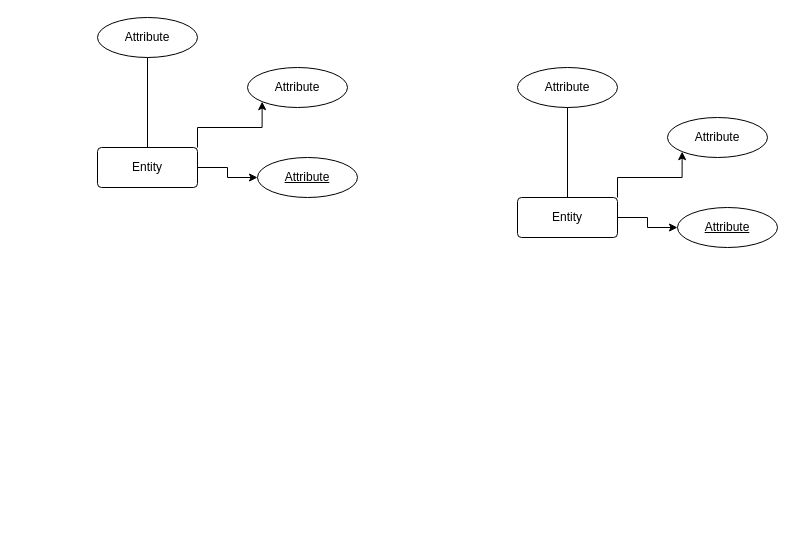
itsfadymate/Customer-Data-Management-System keeps this draw.io diagram as Untitled Diagram.drawio. Above is the earlier version. Source tidied: cells renumbered, new cells numbered last; positions are measured from the earlier drawing's top-left corner, leaving out a move shared by most shapes. Both pictures are drawn from the tidied source at 100%, with x=0, y=0 at pixel (97, 17).
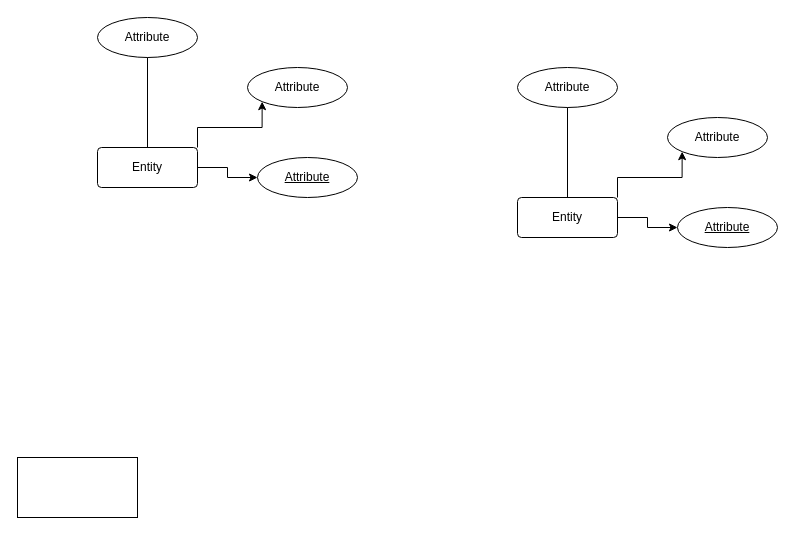
Above is the later version.

What changed in the source:
```diff
@@
 <mxGraphModel>
   <root>
     <mxCell id="0" />
     <mxCell id="1" parent="0" />
     <mxCell id="2" style="edgeStyle=orthogonalEdgeStyle;rounded=0;jettySize=auto;html=1;exitX=1;exitY=0;exitDx=0;exitDy=0;entryX=0;entryY=1;entryDx=0;entryDy=0;" parent="1" edge="1" source="4" target="6">
       <mxGeometry relative="1" as="geometry" />
     </mxCell>
     <mxCell id="3" style="edgeStyle=orthogonalEdgeStyle;rounded=0;jettySize=auto;html=1;" parent="1" edge="1" source="4" target="7">
       <mxGeometry relative="1" as="geometry" />
     </mxCell>
     <mxCell id="4" value="Entity" style="rounded=1;arcSize=10;whiteSpace=wrap;html=1;align=center;" parent="1" vertex="1">
       <mxGeometry x="420" y="180" width="100" height="40" as="geometry" />
     </mxCell>
     <mxCell id="5" value="Attribute" style="ellipse;whiteSpace=wrap;html=1;align=center;" parent="1" vertex="1">
       <mxGeometry x="420" y="50" width="100" height="40" as="geometry" />
     </mxCell>
     <mxCell id="6" value="Attribute" style="ellipse;whiteSpace=wrap;html=1;align=center;" parent="1" vertex="1">
       <mxGeometry x="570" y="100" width="100" height="40" as="geometry" />
     </mxCell>
     <mxCell id="7" value="Attribute" style="ellipse;whiteSpace=wrap;html=1;align=center;fontStyle=4;" parent="1" vertex="1">
       <mxGeometry x="580" y="190" width="100" height="40" as="geometry" />
     </mxCell>
     <mxCell id="8" style="endArrow=none;html=1;rounded=0;exitX=0.5;exitY=0;exitDx=0;exitDy=0;entryX=0.5;entryY=1;entryDx=0;entryDy=0;" parent="1" edge="1" source="4" target="5">
       <mxGeometry relative="1" as="geometry" />
     </mxCell>
+    <mxCell id="16" style="rounded=0;whiteSpace=wrap;html=1;" parent="1" vertex="1">
+      <mxGeometry x="-80" y="440" width="120" height="60" as="geometry" />
+    </mxCell>
     <mxCell id="9" style="edgeStyle=orthogonalEdgeStyle;rounded=0;jettySize=auto;html=1;exitX=1;exitY=0;exitDx=0;exitDy=0;entryX=0;entryY=1;entryDx=0;entryDy=0;" parent="1" edge="1" source="11" target="13">
       <mxGeometry relative="1" as="geometry" />
     </mxCell>
     <mxCell id="10" style="edgeStyle=orthogonalEdgeStyle;rounded=0;jettySize=auto;html=1;" parent="1" edge="1" source="11" target="14">
       <mxGeometry relative="1" as="geometry" />
     </mxCell>
     <mxCell id="11" value="Entity" style="rounded=1;arcSize=10;whiteSpace=wrap;html=1;align=center;" parent="1" vertex="1">
       <mxGeometry y="130" width="100" height="40" as="geometry" />
     </mxCell>
     <mxCell id="12" value="Attribute" style="ellipse;whiteSpace=wrap;html=1;align=center;" parent="1" vertex="1">
       <mxGeometry width="100" height="40" as="geometry" />
     </mxCell>
     <mxCell id="13" value="Attribute" style="ellipse;whiteSpace=wrap;html=1;align=center;" parent="1" vertex="1">
       <mxGeometry x="150" y="50" width="100" height="40" as="geometry" />
     </mxCell>
     <mxCell id="14" value="Attribute" style="ellipse;whiteSpace=wrap;html=1;align=center;fontStyle=4;" parent="1" vertex="1">
       <mxGeometry x="160" y="140" width="100" height="40" as="geometry" />
     </mxCell>
     <mxCell id="15" style="endArrow=none;html=1;rounded=0;exitX=0.5;exitY=0;exitDx=0;exitDy=0;entryX=0.5;entryY=1;entryDx=0;entryDy=0;" parent="1" edge="1" source="11" target="12">
       <mxGeometry relative="1" as="geometry" />
     </mxCell>
   </root>
 </mxGraphModel>
```
